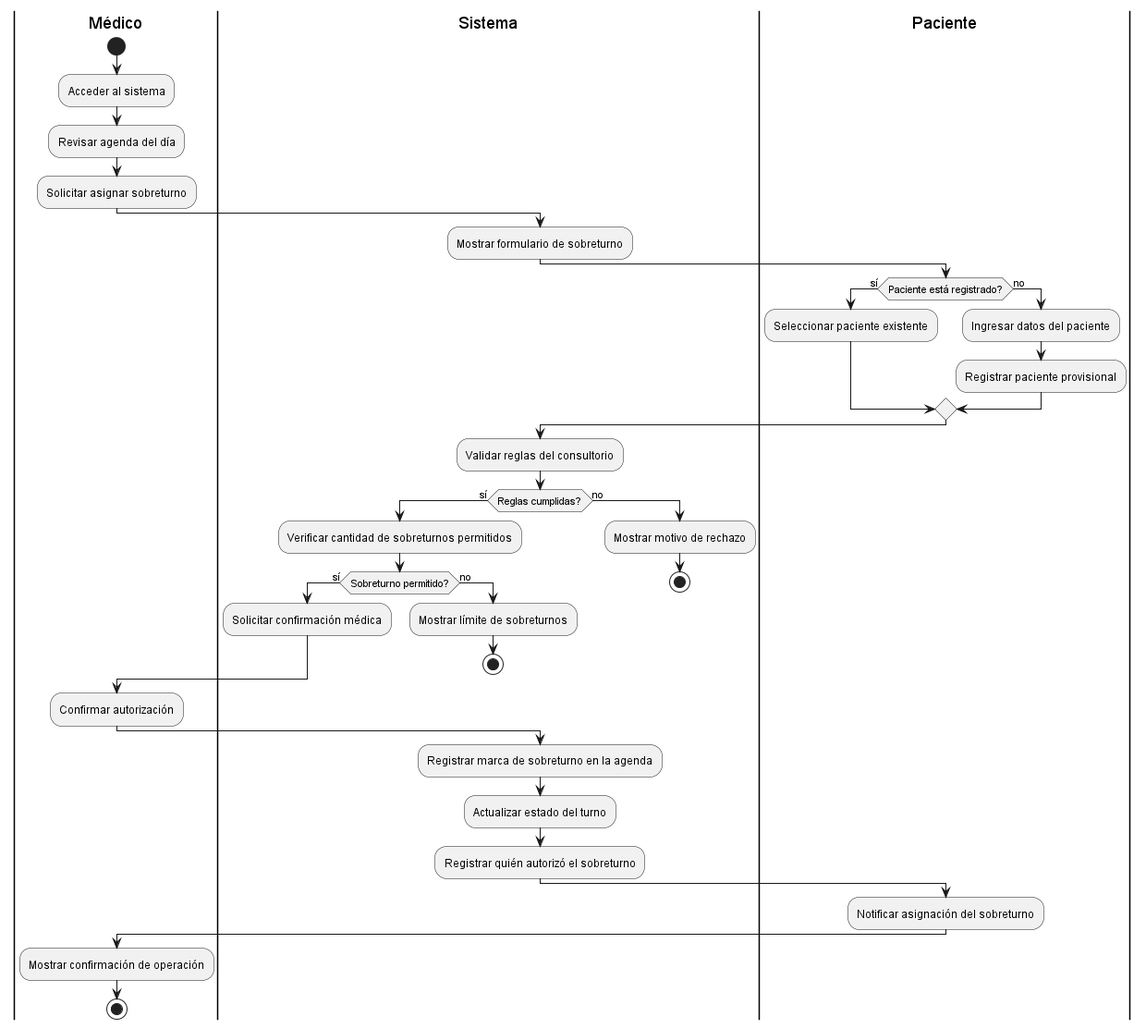
Before: diagramas/04-diagramas-actividades/04-actividad-autorizar-sobreturno-04.png, a diagram exported from PlantUML (sofinestt/SistemaTurnosMedicos). Source of this version:
```plantuml
@startuml AutorizarSobreturno

|Médico|
start
:Acceder al sistema;
:Revisar agenda del día;
:Solicitar asignar sobreturno;

|Sistema|
:Mostrar formulario de sobreturno;

|Paciente|
if (Paciente está registrado?) then (sí)
  :Seleccionar paciente existente;
else (no)
  :Ingresar datos del paciente;
  :Registrar paciente provisional;
endif

|Sistema|
:Validar reglas del consultorio;
if (Reglas cumplidas?) then (sí)
  :Verificar cantidad de sobreturnos permitidos;
  if (Sobreturno permitido?) then (sí)
    :Solicitar confirmación médica;
  else (no)
    :Mostrar límite de sobreturnos;
    stop
  endif
else (no)
  :Mostrar motivo de rechazo;
  stop
endif

|Médico|
:Confirmar autorización;

|Sistema|
:Registrar marca de sobreturno en la agenda;
:Actualizar estado del turno;
:Registrar quién autorizó el sobreturno;

|Paciente|
:Notificar asignación del sobreturno;

|Médico|
:Mostrar confirmación de operación;
stop

@enduml
```
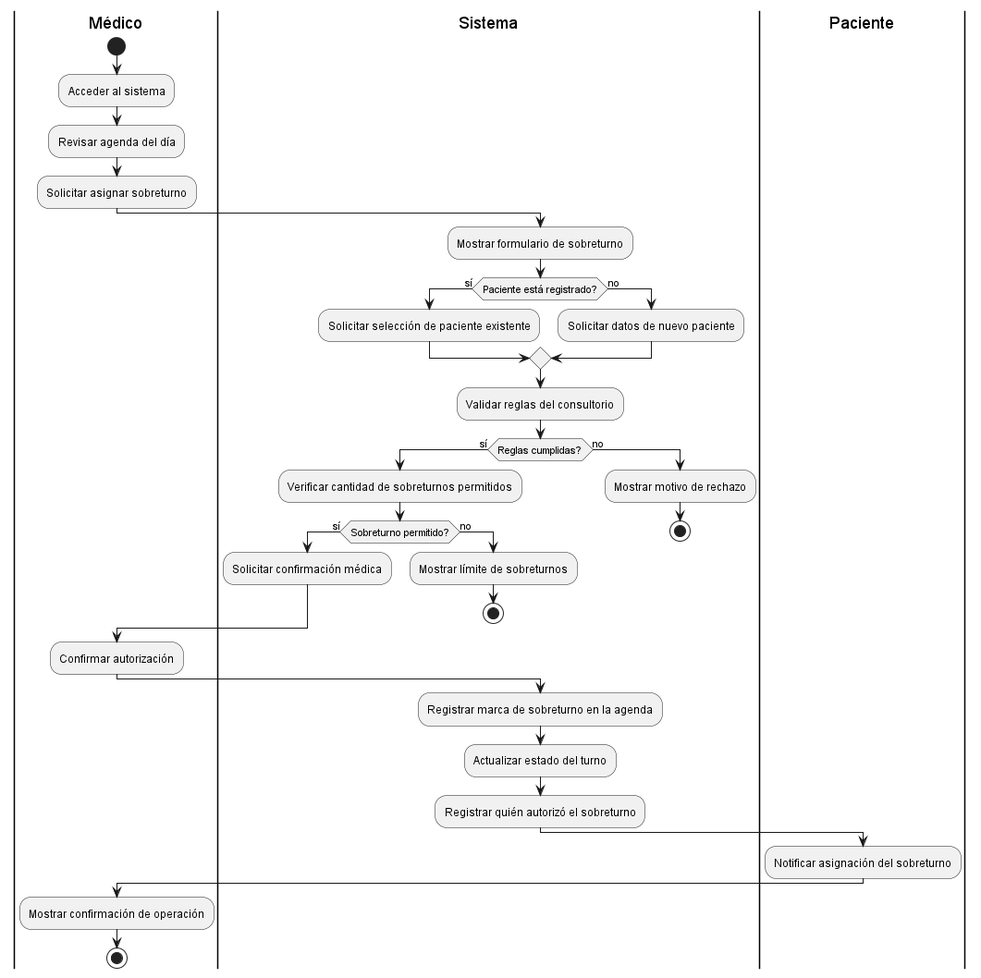
The same file after the commit.

The edit, as a diff of the source:
```diff
@@ -9,12 +9,11 @@
 |Sistema|
 :Mostrar formulario de sobreturno;
 
-|Paciente|
+|Sistema|
 if (Paciente está registrado?) then (sí)
-  :Seleccionar paciente existente;
+  :Solicitar selección de paciente existente;
 else (no)
-  :Ingresar datos del paciente;
-  :Registrar paciente provisional;
+  :Solicitar datos de nuevo paciente;
 endif
 
 |Sistema|
```
